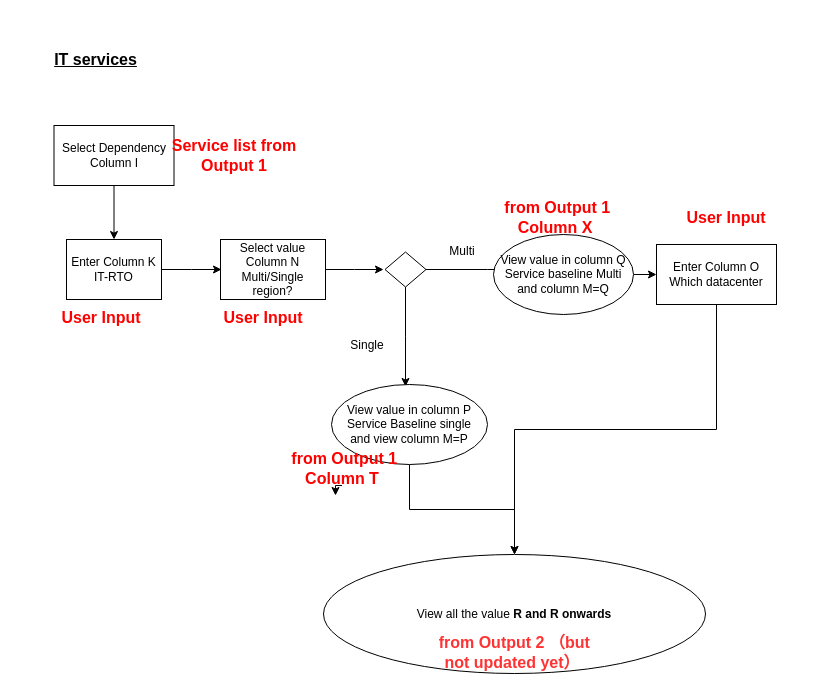
Above: page "How to answer for dependencies" (3 of 5) of Untitled Diagram.drawio in ZQ116/github-slideshow (draw.io), before the change. Source tidied: cells renumbered, new cells numbered last; positions are measured from the earlier drawing's top-left corner, leaving out a move shared by most shapes. Both pictures are drawn from the tidied source at 100%, with x=0, y=0 at pixel (17, 49).
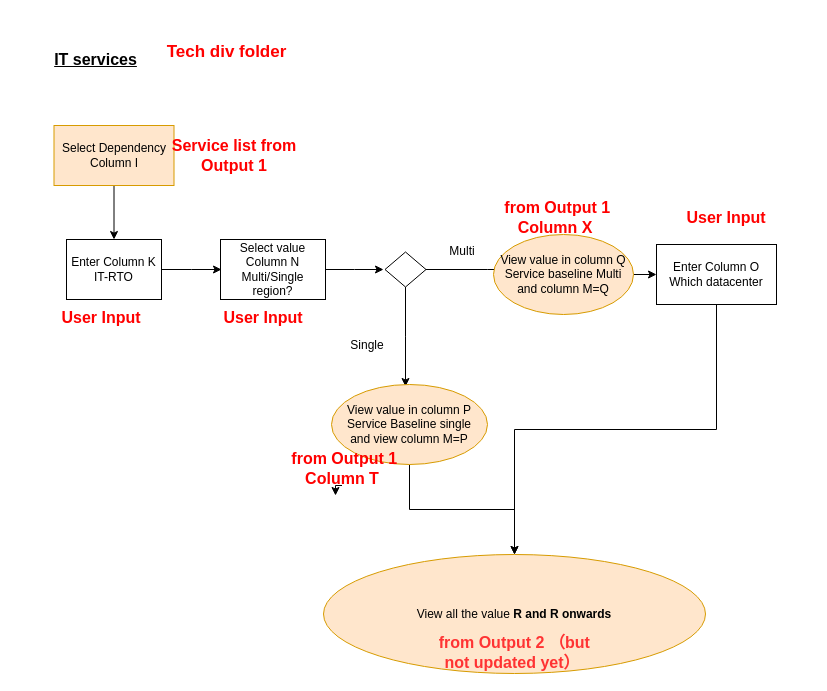
The same page after the edit.

The edit, as a diff of the source:
```diff
@@
-    <mxCell id="11" value="View value in column P&lt;br&gt;Service Baseline single&lt;br&gt;and view column M=P" style="ellipse;whiteSpace=wrap;html=1;" parent="1" vertex="1">
+    <mxCell id="11" value="View value in column P&lt;br&gt;Service Baseline single&lt;br&gt;and view column M=P" style="ellipse;whiteSpace=wrap;html=1;fillColor=#ffe6cc;strokeColor=#d79b00;" parent="1" vertex="1">
       <mxGeometry x="314" y="335" width="156" height="80" as="geometry" />
     </mxCell>
@@
-    <mxCell id="14" value="View value in column Q&lt;br&gt;Service baseline Multi&lt;br&gt;and column M=Q" style="ellipse;whiteSpace=wrap;html=1;" parent="1" vertex="1">
+    <mxCell id="14" value="View value in column Q&lt;br&gt;Service baseline Multi&lt;br&gt;and column M=Q" style="ellipse;whiteSpace=wrap;html=1;fillColor=#ffe6cc;strokeColor=#d79b00;" parent="1" vertex="1">
       <mxGeometry x="476" y="185" width="140" height="80" as="geometry" />
     </mxCell>
@@
-    <mxCell id="17" value="View all the value &lt;b&gt;R and R onwards&lt;/b&gt;" style="ellipse;whiteSpace=wrap;html=1;" parent="1" vertex="1">
+    <mxCell id="17" value="View all the value &lt;b&gt;R and R onwards&lt;/b&gt;" style="ellipse;whiteSpace=wrap;html=1;fillColor=#ffe6cc;strokeColor=#d79b00;" parent="1" vertex="1">
       <mxGeometry x="306" y="505" width="382" height="119" as="geometry" />
     </mxCell>
@@
-    <mxCell id="19" value="Select Dependency&lt;br&gt;Column I" style="rounded=0;whiteSpace=wrap;html=1;" parent="1" vertex="1">
+    <mxCell id="19" value="Select Dependency&lt;br&gt;Column I" style="rounded=0;whiteSpace=wrap;html=1;fillColor=#ffe6cc;strokeColor=#d79b00;" parent="1" vertex="1">
       <mxGeometry x="36.5" y="76" width="120" height="60" as="geometry" />
     </mxCell>
@@
+    <mxCell id="29" value="&lt;font style=&quot;font-size: 17px&quot; color=&quot;#ff0000&quot;&gt;&lt;b&gt;Tech div folder&lt;/b&gt;&lt;/font&gt;" style="text;html=1;strokeColor=none;fillColor=none;align=center;verticalAlign=middle;whiteSpace=wrap;rounded=0;" parent="1" vertex="1">
+      <mxGeometry x="144" y="-32" width="131" height="69" as="geometry" />
+    </mxCell>
```
